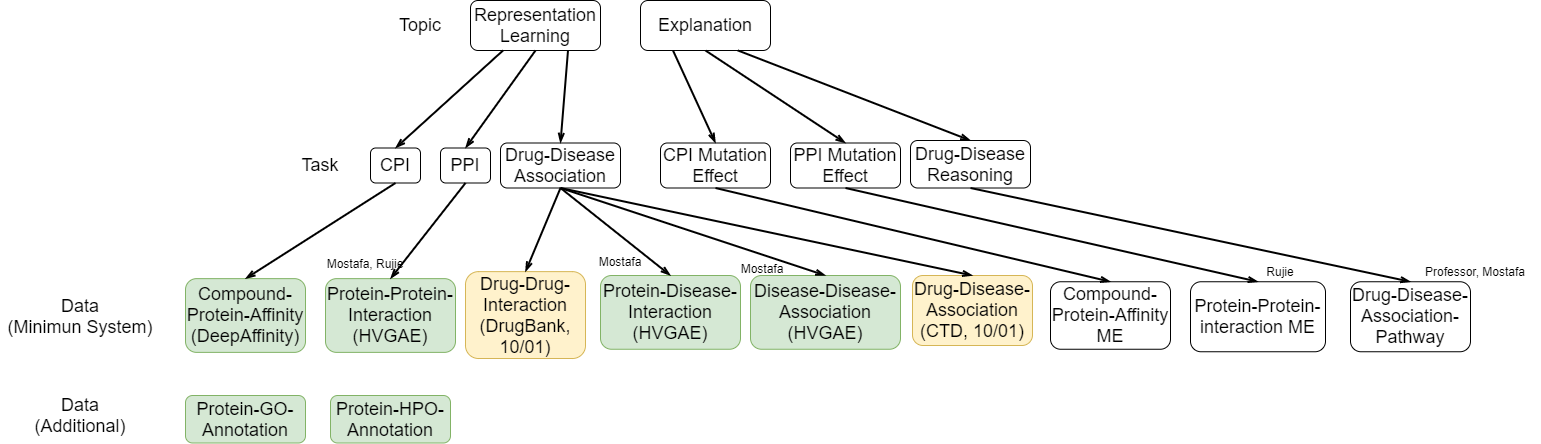
Earlier version of the draw.io export blueprint.png (wuweitan/data-infrastructure). Source tidied: cells renumbered, new cells last; positions are measured from the earlier drawing's top-left corner, leaving out a move shared by most shapes.
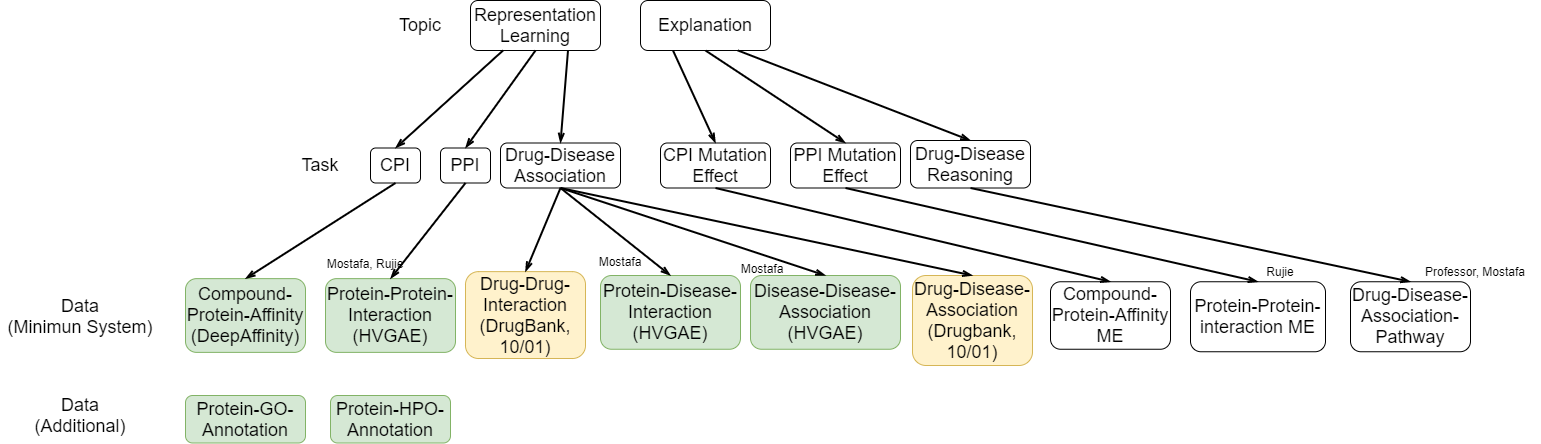
After the change.

The edit, as a diff of the source:
```diff
@@ -62,8 +62,8 @@
     <mxCell id="21" value="&lt;font style=&quot;font-size: 18px&quot;&gt;Drug-Drug-Interaction&lt;br&gt;(DrugBank, 10/01)&lt;br&gt;&lt;/font&gt;" style="rounded=1;whiteSpace=wrap;html=1;fillColor=#fff2cc;strokeColor=#d6b656;" parent="1" vertex="1">
       <mxGeometry x="465" y="271.1" width="120" height="86.9" as="geometry" />
     </mxCell>
-    <mxCell id="22" value="&lt;font style=&quot;font-size: 18px&quot;&gt;Drug-Disease-Association&lt;br&gt;(CTD, 10/01)&lt;br&gt;&lt;/font&gt;" style="rounded=1;whiteSpace=wrap;html=1;fillColor=#fff2cc;strokeColor=#d6b656;" parent="1" vertex="1">
-      <mxGeometry x="912" y="275" width="120" height="70" as="geometry" />
+    <mxCell id="22" value="&lt;font style=&quot;font-size: 18px&quot;&gt;Drug-Disease-Association&lt;br&gt;(Drugbank, 10/01)&lt;br&gt;&lt;/font&gt;" style="rounded=1;whiteSpace=wrap;html=1;fillColor=#fff2cc;strokeColor=#d6b656;" parent="1" vertex="1">
+      <mxGeometry x="912" y="275" width="120" height="90" as="geometry" />
     </mxCell>
     <mxCell id="23" value="&lt;font style=&quot;font-size: 18px&quot;&gt;Compound-Protein-Affinity ME&lt;/font&gt;" style="rounded=1;whiteSpace=wrap;html=1;" parent="1" vertex="1">
       <mxGeometry x="1050" y="281.2" width="120" height="67.5" as="geometry" />
```
